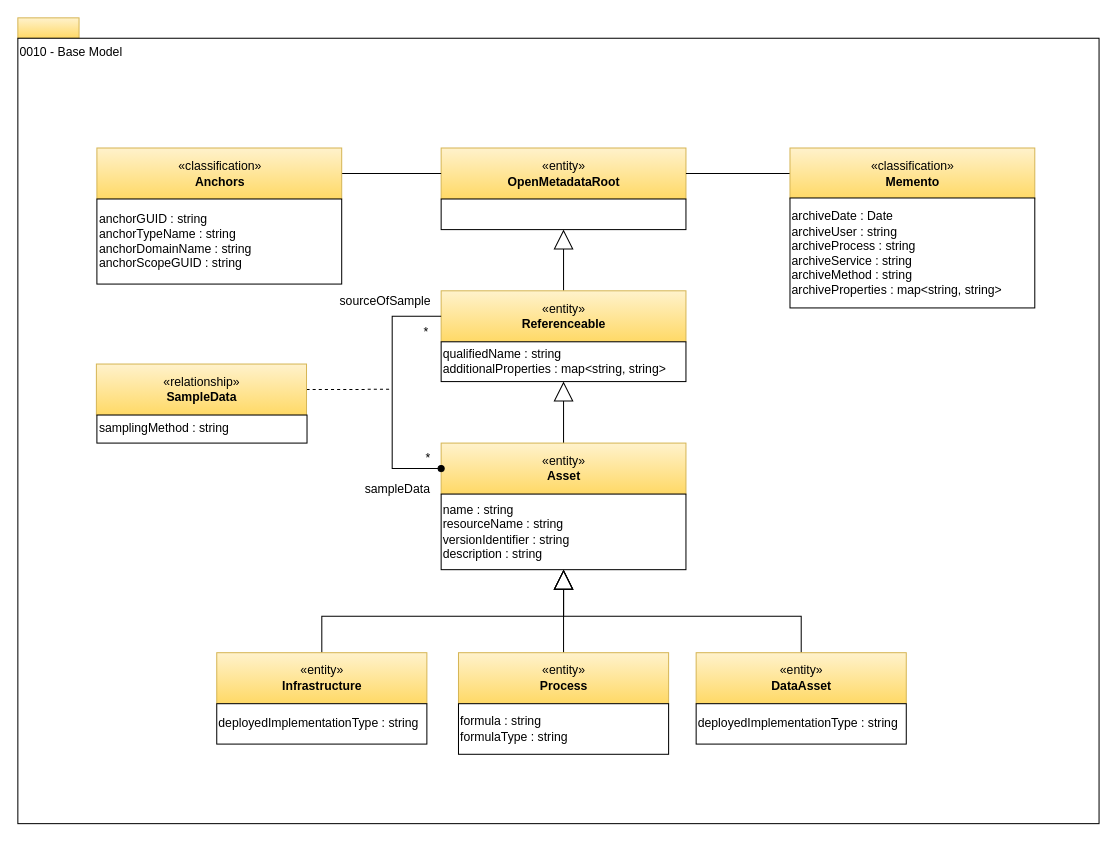
Earlier version of the draw.io diagram page "0010-Base-Model" (3 of 31) of site/docs/types/0/area-0-basic-types-and-infrastructure.drawio (odpi/egeria-docs). Source tidied: cells renumbered, new cells numbered last; positions are measured from the earlier drawing's top-left corner, leaving out a move shared by most shapes. Both pictures are drawn from the tidied source at 102%, with x=0, y=0 at pixel (17, 17).
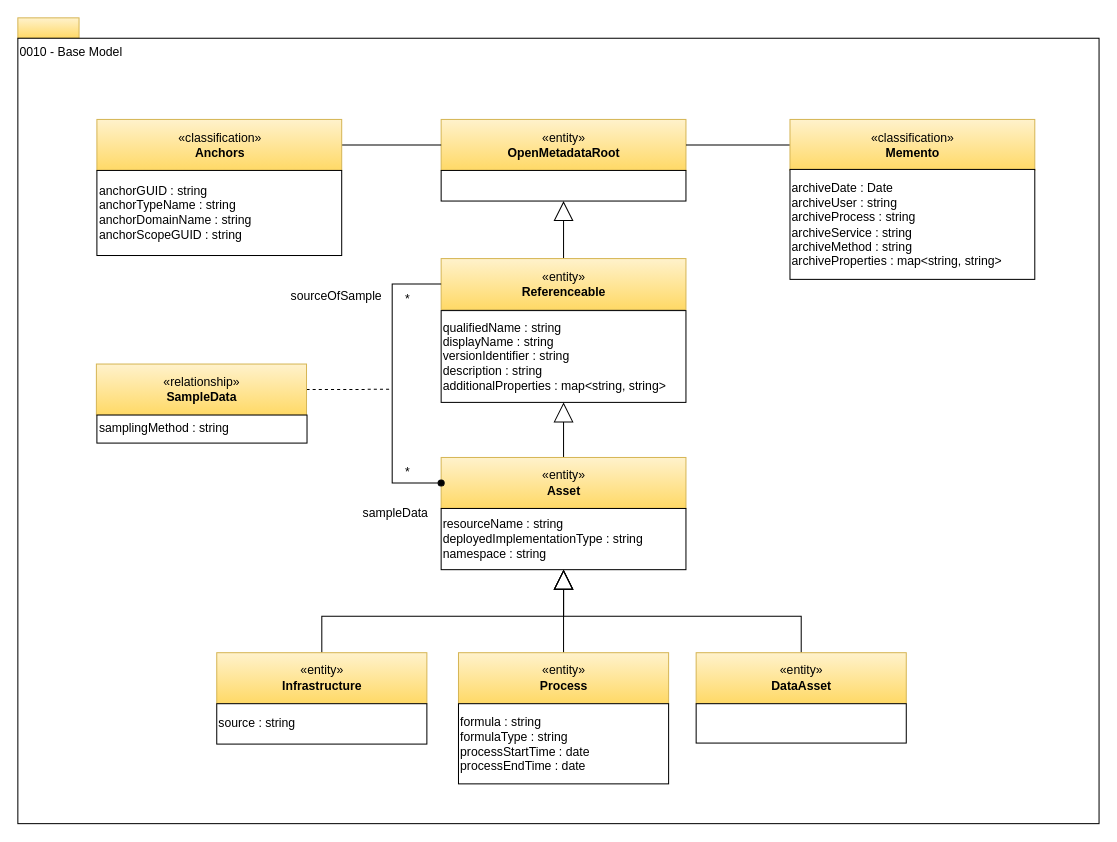
After the change.

What changed in the source:
```diff
@@
     <mxCell id="5" value="«entity»&lt;br&gt;&lt;b&gt;Referenceable&lt;/b&gt;" style="html=1;strokeColor=#d6b656;align=center;fillColor=#fff2cc;gradientColor=#ffd966;" parent="1" vertex="1">
-      <mxGeometry x="415" y="267.6" width="240" height="50" as="geometry" />
+      <mxGeometry x="415" y="236" width="240" height="50" as="geometry" />
     </mxCell>
@@
-    <mxCell id="8" value="qualifiedName : string&lt;br&gt;additionalProperties : map&amp;lt;string, string&amp;gt;&lt;br&gt;&lt;div style=&quot;text-align: left&quot;&gt;&lt;/div&gt;" style="rounded=0;whiteSpace=wrap;html=1;strokeColor=#000000;gradientColor=#ffffff;align=left;" parent="1" vertex="1">
-      <mxGeometry x="415" y="317.6" width="240" height="39" as="geometry" />
+    <mxCell id="8" value="qualifiedName : string&lt;div&gt;displayName : string&lt;div&gt;versionIdentifier : string&lt;br&gt;description : string&lt;/div&gt;additionalProperties : map&amp;lt;string, string&amp;gt;&lt;br&gt;&lt;div style=&quot;text-align: left&quot;&gt;&lt;/div&gt;&lt;/div&gt;" style="rounded=0;whiteSpace=wrap;html=1;strokeColor=#000000;gradientColor=#ffffff;align=left;" parent="1" vertex="1">
+      <mxGeometry x="415" y="287" width="240" height="90" as="geometry" />
     </mxCell>
@@
     <mxCell id="10" value="«entity»&lt;br&gt;&lt;b&gt;Asset&lt;/b&gt;" style="html=1;strokeColor=#d6b656;align=center;fillColor=#fff2cc;gradientColor=#ffd966;" parent="1" vertex="1">
-      <mxGeometry x="415" y="416.9" width="240" height="50" as="geometry" />
+      <mxGeometry x="415" y="431" width="240" height="50" as="geometry" />
     </mxCell>
-    <mxCell id="11" value="name : string&lt;div&gt;resourceName : string&lt;br&gt;versionIdentifier : string&lt;br&gt;description : string&lt;br&gt;&lt;div style=&quot;text-align: left&quot;&gt;&lt;/div&gt;&lt;/div&gt;" style="rounded=0;whiteSpace=wrap;html=1;strokeColor=#000000;gradientColor=#ffffff;align=left;" parent="1" vertex="1">
-      <mxGeometry x="415" y="466.9" width="240" height="74.1" as="geometry" />
+    <mxCell id="11" value="&lt;div&gt;resourceName : string&lt;br&gt;deployedImplementationType : string&lt;br&gt;&lt;div style=&quot;text-align: left&quot;&gt;&lt;/div&gt;&lt;/div&gt;&lt;div&gt;namespace : string&lt;/div&gt;" style="rounded=0;whiteSpace=wrap;html=1;strokeColor=#000000;gradientColor=#ffffff;align=left;" parent="1" vertex="1">
+      <mxGeometry x="415" y="481" width="240" height="60" as="geometry" />
     </mxCell>
@@
-    <mxCell id="14" value="formula : string&lt;br&gt;formulaType : string" style="rounded=0;whiteSpace=wrap;html=1;strokeColor=#000000;gradientColor=#ffffff;align=left;" parent="1" vertex="1">
-      <mxGeometry x="432" y="672.4" width="206" height="49.6" as="geometry" />
+    <mxCell id="14" value="formula : string&lt;br&gt;formulaType : string&lt;div&gt;processStartTime : date&lt;br&gt;processEndTime : date&lt;/div&gt;" style="rounded=0;whiteSpace=wrap;html=1;strokeColor=#000000;gradientColor=#ffffff;align=left;" parent="1" vertex="1">
+      <mxGeometry x="432" y="672.4" width="206" height="78.6" as="geometry" />
     </mxCell>
@@
-    <mxCell id="17" value="deployedImplementationType : string" style="rounded=0;whiteSpace=wrap;html=1;strokeColor=#000000;gradientColor=#ffffff;align=left;" parent="1" vertex="1">
-      <mxGeometry x="665" y="672.4" width="206" height="39.6" as="geometry" />
+    <mxCell id="17" style="rounded=0;whiteSpace=wrap;html=1;strokeColor=#000000;gradientColor=#ffffff;align=left;" parent="1" vertex="1">
+      <mxGeometry x="665" y="672.4" width="206" height="38.6" as="geometry" />
     </mxCell>
     <mxCell id="18" value="«entity»&lt;br&gt;&lt;b&gt;OpenMetadataRoot&lt;/b&gt;" style="html=1;strokeColor=#d6b656;align=center;fillColor=#fff2cc;gradientColor=#ffd966;" parent="1" vertex="1">
-      <mxGeometry x="415" y="127.6" width="240" height="50" as="geometry" />
+      <mxGeometry x="415" y="99.6" width="240" height="50" as="geometry" />
     </mxCell>
     <mxCell id="19" value="&lt;br&gt;&lt;div style=&quot;text-align: left&quot;&gt;&lt;/div&gt;" style="rounded=0;whiteSpace=wrap;html=1;strokeColor=#000000;gradientColor=#ffffff;align=left;" parent="1" vertex="1">
-      <mxGeometry x="415" y="177.6" width="240" height="30" as="geometry" />
+      <mxGeometry x="415" y="149.6" width="240" height="30" as="geometry" />
     </mxCell>
@@
     <mxCell id="21" value="«classification»&lt;br&gt;&lt;b&gt;Anchors&lt;/b&gt;" style="html=1;strokeColor=#d6b656;align=center;fillColor=#fff2cc;gradientColor=#ffd966;" parent="1" vertex="1">
-      <mxGeometry x="77.5" y="127.6" width="240" height="50" as="geometry" />
+      <mxGeometry x="77.5" y="99.6" width="240" height="50" as="geometry" />
     </mxCell>
     <mxCell id="22" value="anchorGUID : string&lt;br&gt;anchorTypeName : string&lt;br&gt;&lt;div style=&quot;text-align: left&quot;&gt;&lt;/div&gt;&lt;div&gt;anchorDomainName : string&lt;/div&gt;&lt;div&gt;anchorScopeGUID : string&lt;/div&gt;" style="rounded=0;whiteSpace=wrap;html=1;strokeColor=#000000;gradientColor=#ffffff;align=left;" parent="1" vertex="1">
-      <mxGeometry x="77.5" y="177.6" width="240" height="83.4" as="geometry" />
+      <mxGeometry x="77.5" y="149.6" width="240" height="83.4" as="geometry" />
     </mxCell>
@@
     <mxCell id="24" value="«classification»&lt;br&gt;&lt;b&gt;Memento&lt;/b&gt;" style="html=1;strokeColor=#d6b656;align=center;fillColor=#fff2cc;gradientColor=#ffd966;" parent="1" vertex="1">
-      <mxGeometry x="757" y="127.6" width="240" height="50" as="geometry" />
+      <mxGeometry x="757" y="99.6" width="240" height="50" as="geometry" />
     </mxCell>
     <mxCell id="25" value="archiveDate : Date&lt;br&gt;archiveUser : string&lt;br&gt;archiveProcess : string&lt;br&gt;archiveService : string&lt;br&gt;archiveMethod : string&lt;br&gt;archiveProperties : map&amp;lt;string, string&amp;gt;&lt;br&gt;&lt;div style=&quot;text-align: left&quot;&gt;&lt;/div&gt;" style="rounded=0;whiteSpace=wrap;html=1;strokeColor=#000000;gradientColor=#ffffff;align=left;" parent="1" vertex="1">
-      <mxGeometry x="757" y="176.6" width="240" height="107.8" as="geometry" />
+      <mxGeometry x="757" y="148.6" width="240" height="107.8" as="geometry" />
     </mxCell>
@@
     <mxCell id="29" value="*" style="text;html=1;align=center;verticalAlign=middle;strokeColor=none;fillColor=none;" parent="1" vertex="1">
-      <mxGeometry x="387" y="416.9" width="30" height="30" as="geometry" />
+      <mxGeometry x="367" y="431" width="30" height="30" as="geometry" />
     </mxCell>
     <mxCell id="30" value="*" style="text;html=1;align=center;verticalAlign=middle;strokeColor=none;fillColor=none;" parent="1" vertex="1">
-      <mxGeometry x="385" y="293" width="30" height="30" as="geometry" />
+      <mxGeometry x="367" y="261" width="30" height="30" as="geometry" />
     </mxCell>
     <mxCell id="31" value="sampleData" style="text;html=1;align=center;verticalAlign=middle;strokeColor=none;fillColor=none;" parent="1" vertex="1">
-      <mxGeometry x="327" y="446.9" width="90" height="30" as="geometry" />
+      <mxGeometry x="325" y="471" width="90" height="30" as="geometry" />
     </mxCell>
     <mxCell id="32" value="sourceOfSample" style="text;html=1;align=center;verticalAlign=middle;strokeColor=none;fillColor=none;" parent="1" vertex="1">
-      <mxGeometry x="305" y="263" width="110" height="30" as="geometry" />
+      <mxGeometry x="257" y="258" width="110" height="30" as="geometry" />
     </mxCell>
     <mxCell id="33" style="edgeStyle=orthogonalEdgeStyle;rounded=0;jettySize=auto;html=1;exitX=0;exitY=0.5;exitDx=0;exitDy=0;entryX=0;entryY=0.5;entryDx=0;entryDy=0;endArrow=oval;endFill=1;" parent="1" edge="1" source="5" target="10">
       <mxGeometry relative="1" as="geometry">
         <Array as="points">
-          <mxPoint x="367" y="293" />
-          <mxPoint x="367" y="442" />
+          <mxPoint x="367" y="261" />
+          <mxPoint x="367" y="456" />
         </Array>
       </mxGeometry>
     </mxCell>
-    <mxCell id="34" value="deployedImplementationType : string" style="rounded=0;whiteSpace=wrap;html=1;strokeColor=#000000;gradientColor=#ffffff;align=left;" parent="1" vertex="1">
+    <mxCell id="34" value="source : string" style="rounded=0;whiteSpace=wrap;html=1;strokeColor=#000000;gradientColor=#ffffff;align=left;" parent="1" vertex="1">
       <mxGeometry x="195" y="672.4" width="206" height="39.6" as="geometry" />
     </mxCell>
```
